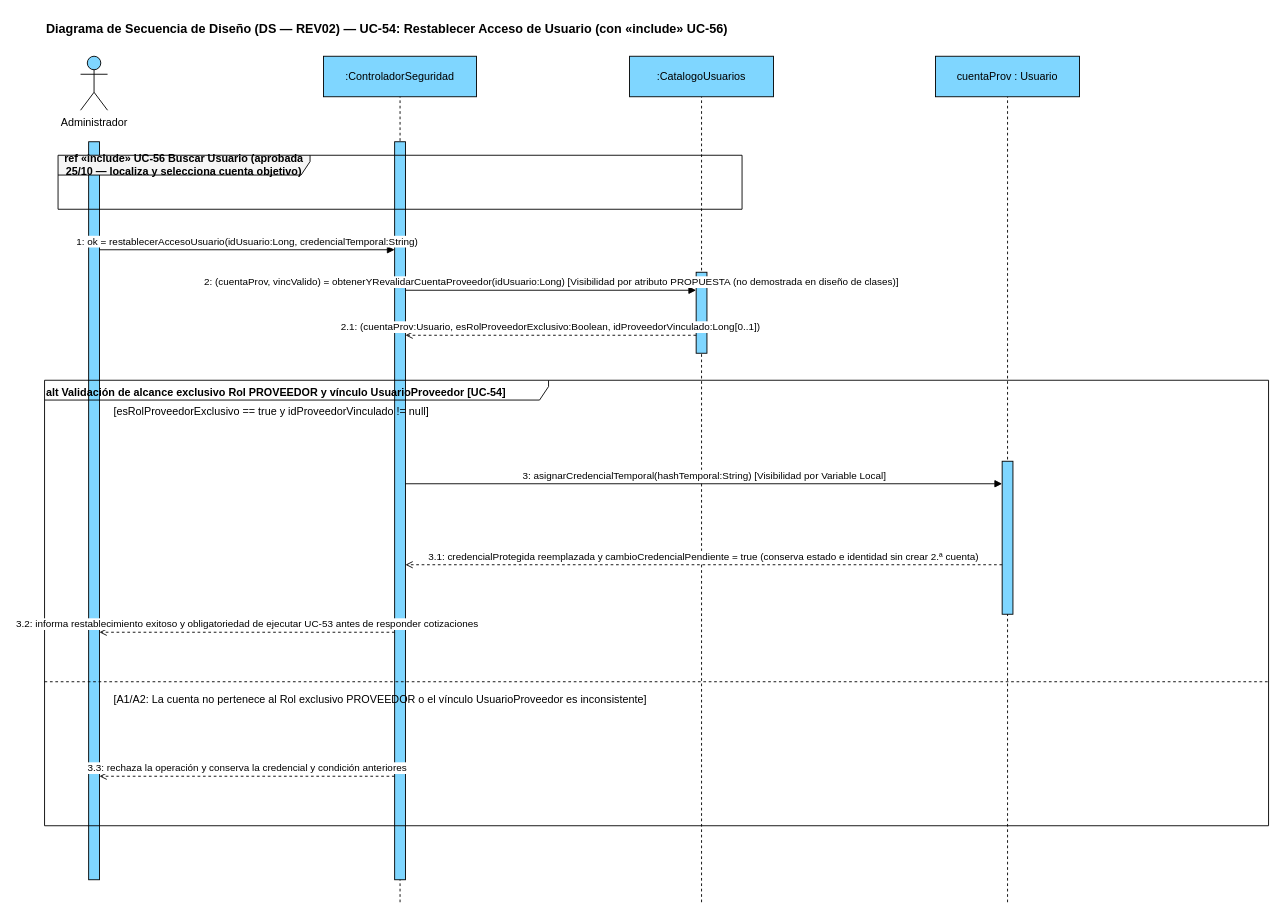
Before: page "DS UC-54 Restablecer Acceso (REV02)" (5 of 7) of docs/08-diagramas/revision/REV02_SEGURIDAD/propuestos/DS_REV02_SEGURIDAD_CORREGIDO.drawio.xml in leandrito369/ale-milanesas, a draw.io diagram. Source tidied: cells renumbered, new cells numbered last; positions are measured from the earlier drawing's top-left corner, leaving out a move shared by most shapes. Both pictures are drawn from the tidied source at 90%, with x=0, y=0 at pixel (44, 15).
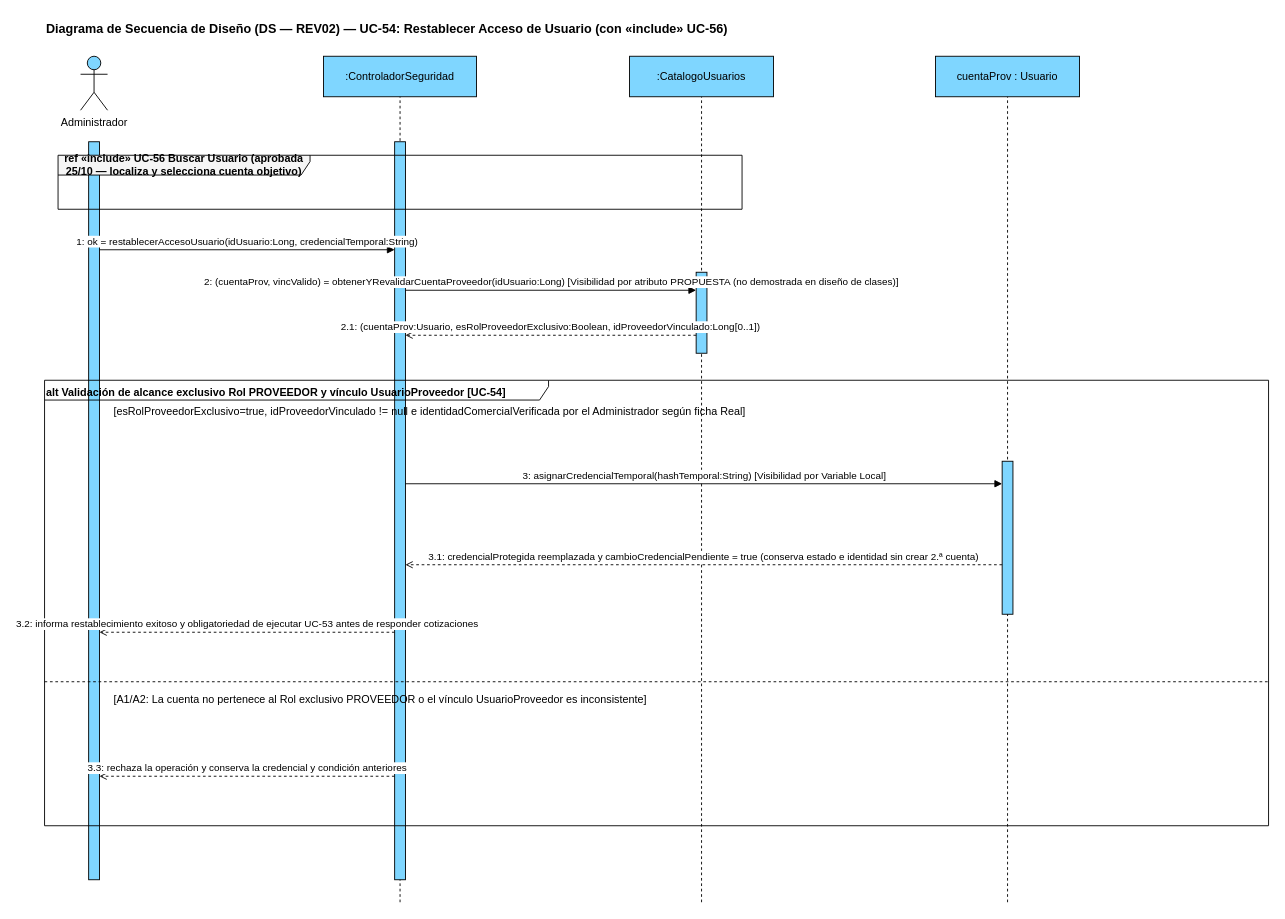
After the change.

Commit message:
docs(REV02 UC54): reflejar verificación comercial previa a recuperación

What changed in the source:
```diff
@@
-    <mxCell id="19" value="[esRolProveedorExclusivo == true y idProveedorVinculado != null]" style="text;html=1;strokeColor=none;fillColor=none;align=left;verticalAlign=middle;" parent="1" vertex="1">
+    <mxCell id="19" value="[esRolProveedorExclusivo=true, idProveedorVinculado != null e identidadComercialVerificada por el Administrador según ficha Real]" style="text;html=1;strokeColor=none;fillColor=none;align=left;verticalAlign=middle;" parent="1" vertex="1">
       <mxGeometry x="75" y="430" width="520" height="20" as="geometry" />
     </mxCell>
```
